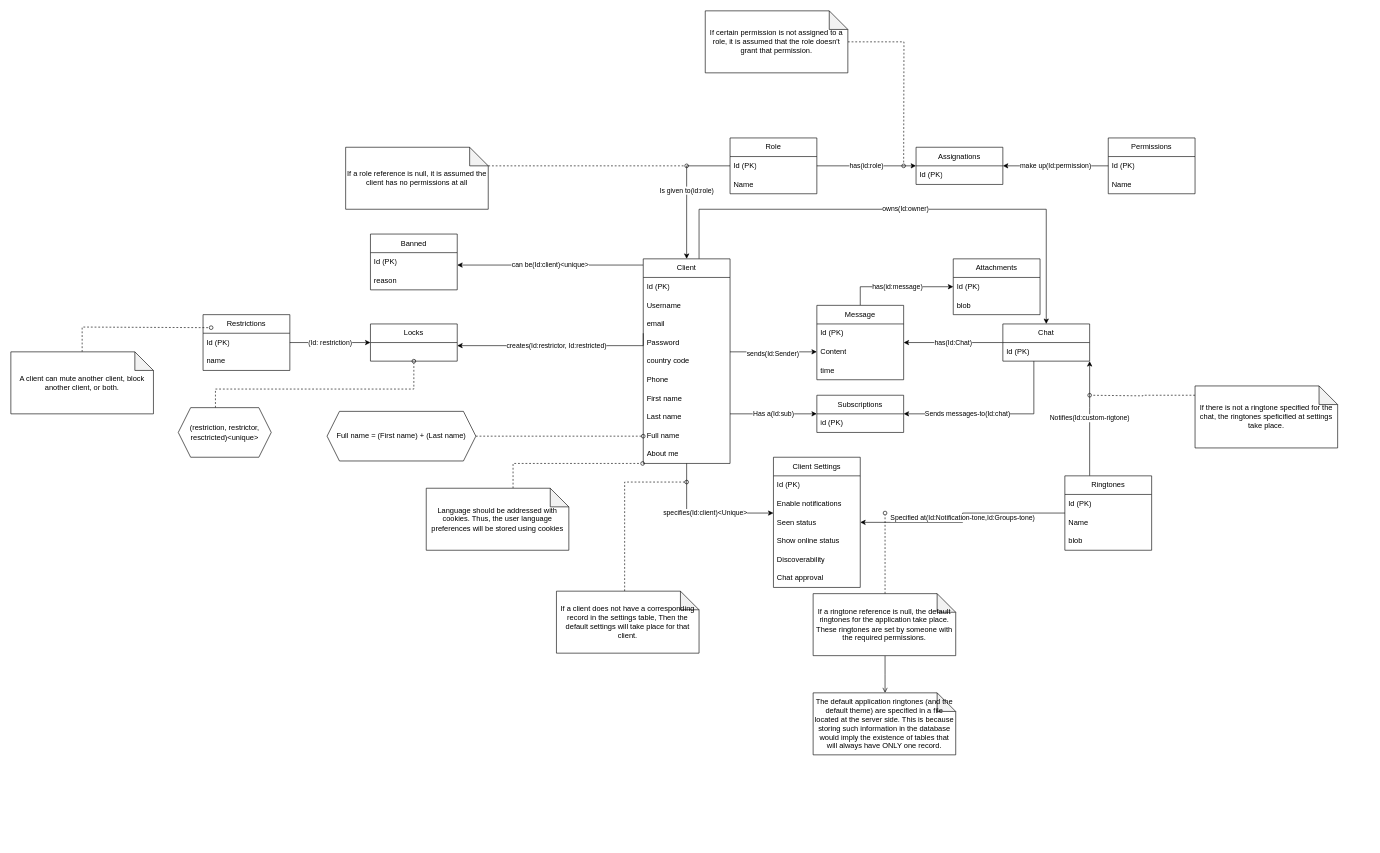
Above: page "DB" (2 of 3) of docs/Models.drawio in pgirald/Chat (draw.io), before the change. Source tidied: cells renumbered, new cells numbered last; positions are measured from the earlier drawing's top-left corner, leaving out a move shared by most shapes. Both pictures are drawn from the tidied source at 62%, with x=0, y=0 at pixel (11, 11).
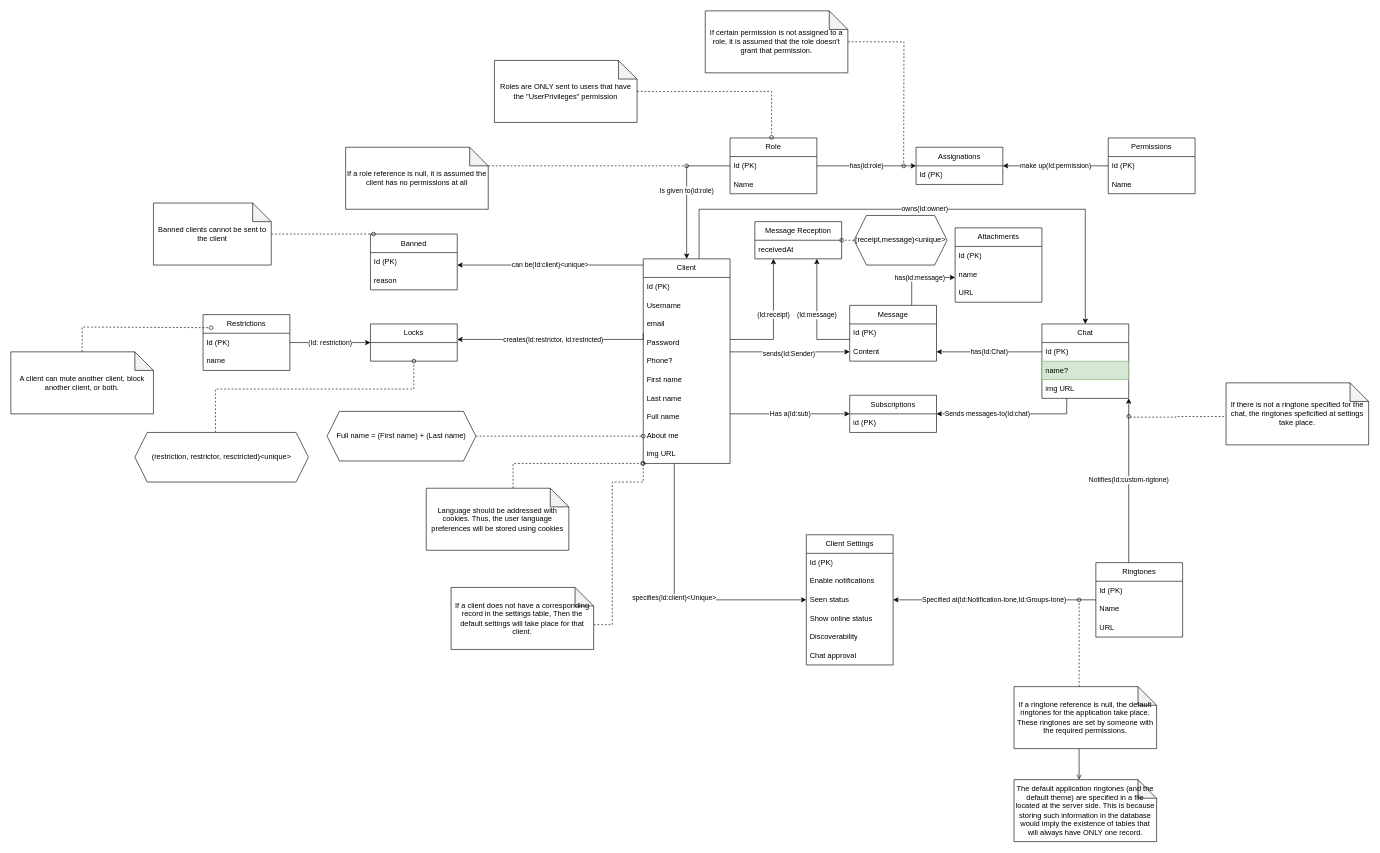
The same diagram, later.

Unchanged cells that the change refers to:
```xml
<mxCell id="8" value="Client" style="swimlane;fontStyle=0;horizontal=1;startSize=30;whiteSpace=wrap;html=1;" parent="1" vertex="1">
  <mxGeometry x="1020" y="400" width="140" height="330" as="geometry" />
</mxCell>
<mxCell id="55" value="Locks" style="swimlane;fontStyle=0;horizontal=1;startSize=30;whiteSpace=wrap;html=1;" parent="1" vertex="1">
  <mxGeometry x="580" y="505" width="140" height="60" as="geometry" />
</mxCell>
```

What changed in the source:
```diff
@@
-    <mxCell id="4" value="owns(Id:owner)" style="edgeStyle=orthogonalEdgeStyle;rounded=0;jettySize=auto;html=1;" parent="1" edge="1" source="8" target="22">
+    <mxCell id="4" value="owns(Id:owner)" style="edgeStyle=orthogonalEdgeStyle;rounded=0;jettySize=auto;html=1;entryX=0.5;entryY=0;entryDx=0;entryDy=0;" parent="1" edge="1" source="8" target="22">
       <mxGeometry relative="1" as="geometry">
         <Array as="points">
           <mxPoint x="1110" y="320" />
-          <mxPoint x="1670" y="320" />
+          <mxPoint x="1733" y="320" />
         </Array>
       </mxGeometry>
     </mxCell>
@@
     <mxCell id="6" value="creates(Id:restrictor, Id:restricted)" style="edgeStyle=orthogonalEdgeStyle;rounded=0;jettySize=auto;html=1;" parent="1" edge="1" target="55">
       <mxGeometry relative="1" as="geometry">
         <mxPoint x="1020" y="520" as="sourcePoint" />
         <Array as="points">
-          <mxPoint x="1020" y="540" />
+          <mxPoint x="1020" y="530" />
         </Array>
       </mxGeometry>
     </mxCell>
@@
+    <mxCell id="86" value="(Id:receipt)" style="edgeStyle=orthogonalEdgeStyle;rounded=0;jettySize=auto;html=1;" parent="1" edge="1" source="8" target="95">
+      <mxGeometry x="0.1" relative="1" as="geometry">
+        <Array as="points">
+          <mxPoint x="1230" y="530" />
+        </Array>
+      </mxGeometry>
+    </mxCell>
@@
-    <mxCell id="13" value="country code" style="text;strokeColor=none;fillColor=none;align=left;verticalAlign=middle;spacingLeft=4;spacingRight=4;overflow=hidden;whiteSpace=wrap;html=1;" parent="8" vertex="1">
-      <mxGeometry y="150" width="140" height="30" as="geometry" />
-    </mxCell>
-    <mxCell id="14" value="Phone" style="text;strokeColor=none;fillColor=none;align=left;verticalAlign=middle;spacingLeft=4;spacingRight=4;overflow=hidden;whiteSpace=wrap;html=1;" parent="8" vertex="1">
-      <mxGeometry y="180" width="140" height="30" as="geometry" />
+    <mxCell id="14" value="Phone?" style="text;strokeColor=none;fillColor=none;align=left;verticalAlign=middle;spacingLeft=4;spacingRight=4;overflow=hidden;whiteSpace=wrap;html=1;" parent="8" vertex="1">
+      <mxGeometry y="150" width="140" height="30" as="geometry" />
     </mxCell>
     <mxCell id="15" value="First name" style="text;strokeColor=none;fillColor=none;align=left;verticalAlign=middle;spacingLeft=4;spacingRight=4;overflow=hidden;whiteSpace=wrap;html=1;" parent="8" vertex="1">
-      <mxGeometry y="210" width="140" height="30" as="geometry" />
+      <mxGeometry y="180" width="140" height="30" as="geometry" />
     </mxCell>
     <mxCell id="16" value="Last name" style="text;strokeColor=none;fillColor=none;align=left;verticalAlign=middle;spacingLeft=4;spacingRight=4;overflow=hidden;whiteSpace=wrap;html=1;" parent="8" vertex="1">
-      <mxGeometry y="240" width="140" height="30" as="geometry" />
+      <mxGeometry y="210" width="140" height="30" as="geometry" />
     </mxCell>
     <mxCell id="17" value="Full name" style="text;strokeColor=none;fillColor=none;align=left;verticalAlign=middle;spacingLeft=4;spacingRight=4;overflow=hidden;whiteSpace=wrap;html=1;" parent="8" vertex="1">
-      <mxGeometry y="270" width="140" height="30" as="geometry" />
+      <mxGeometry y="240" width="140" height="30" as="geometry" />
     </mxCell>
     <mxCell id="18" value="About me" style="text;strokeColor=none;fillColor=none;align=left;verticalAlign=middle;spacingLeft=4;spacingRight=4;overflow=hidden;whiteSpace=wrap;html=1;" parent="8" vertex="1">
-      <mxGeometry y="300" width="140" height="30" as="geometry" />
+      <mxGeometry y="270" width="140" height="30" as="geometry" />
     </mxCell>
+    <mxCell id="87" value="img URL" style="text;strokeColor=none;fillColor=none;align=left;verticalAlign=middle;spacingLeft=4;spacingRight=4;overflow=hidden;whiteSpace=wrap;html=1;" parent="8" vertex="1">
+      <mxGeometry y="300" width="140" height="30" as="geometry" />
+    </mxCell>
     <mxCell id="19" value="has(Id:Chat)" style="edgeStyle=orthogonalEdgeStyle;rounded=0;jettySize=auto;html=1;" parent="1" edge="1" source="22" target="25">
-      <mxGeometry relative="1" as="geometry" />
+      <mxGeometry relative="1" as="geometry">
+        <Array as="points">
+          <mxPoint x="1553" y="550" />
+          <mxPoint x="1553" y="550" />
+        </Array>
+      </mxGeometry>
     </mxCell>
     <mxCell id="20" value="Sends messages-to(Id:chat)" style="edgeStyle=orthogonalEdgeStyle;rounded=0;jettySize=auto;html=1;" parent="1" edge="1" source="22" target="29">
       <mxGeometry x="0.3" relative="1" as="geometry">
         <Array as="points">
-          <mxPoint x="1650" y="650" />
+          <mxPoint x="1703" y="650" />
         </Array>
       </mxGeometry>
     </mxCell>
-    <mxCell id="21" value="Notifies(Id:custom-rigtone)" style="edgeStyle=orthogonalEdgeStyle;rounded=0;jettySize=auto;html=1;" parent="1" edge="1" source="32" target="22">
+    <mxCell id="21" value="Notifies(Id:custom-rigtone)" style="edgeStyle=orthogonalEdgeStyle;rounded=0;orthogonalLoop=1;jettySize=auto;html=1;" parent="1" edge="1">
       <mxGeometry relative="1" as="geometry">
+        <mxPoint x="1803" y="890" as="sourcePoint" />
+        <mxPoint x="1803" y="625" as="targetPoint" />
         <Array as="points">
-          <mxPoint x="1740" y="640" />
-          <mxPoint x="1740" y="640" />
+          <mxPoint x="1803" y="760" />
+          <mxPoint x="1803" y="760" />
         </Array>
       </mxGeometry>
     </mxCell>
     <mxCell id="22" value="Chat" style="swimlane;fontStyle=0;horizontal=1;startSize=30;whiteSpace=wrap;html=1;" parent="1" vertex="1">
-      <mxGeometry x="1600" y="505" width="140" height="60" as="geometry" />
+      <mxGeometry x="1663" y="505" width="140" height="120" as="geometry" />
     </mxCell>
@@
+    <mxCell id="88" value="name?" style="text;align=left;verticalAlign=middle;spacingLeft=4;spacingRight=4;overflow=hidden;whiteSpace=wrap;html=1;fillColor=#d5e8d4;strokeColor=#82b366;" parent="22" vertex="1">
+      <mxGeometry y="60" width="140" height="30" as="geometry" />
+    </mxCell>
+    <mxCell id="89" value="img URL" style="text;align=left;verticalAlign=middle;spacingLeft=4;spacingRight=4;overflow=hidden;whiteSpace=wrap;html=1;" parent="22" vertex="1">
+      <mxGeometry y="90" width="140" height="30" as="geometry" />
+    </mxCell>
     <mxCell id="24" value="has(id:message)" style="edgeStyle=orthogonalEdgeStyle;rounded=0;jettySize=auto;html=1;" parent="1" edge="1" source="25" target="59">
       <mxGeometry relative="1" as="geometry">
         <Array as="points">
-          <mxPoint x="1370" y="445" />
+          <mxPoint x="1453" y="430" />
         </Array>
       </mxGeometry>
     </mxCell>
+    <mxCell id="90" value="(Id:message)" style="edgeStyle=orthogonalEdgeStyle;rounded=0;jettySize=auto;html=1;" parent="1" edge="1" source="25" target="95">
+      <mxGeometry relative="1" as="geometry">
+        <Array as="points">
+          <mxPoint x="1300" y="530" />
+        </Array>
+      </mxGeometry>
+    </mxCell>
     <mxCell id="25" value="Message" style="swimlane;fontStyle=0;horizontal=1;startSize=30;whiteSpace=wrap;html=1;" parent="1" vertex="1">
-      <mxGeometry x="1300" y="475" width="140" height="120" as="geometry" />
+      <mxGeometry x="1353" y="475" width="140" height="90" as="geometry" />
     </mxCell>
@@
-    <mxCell id="28" value="time" style="text;strokeColor=none;fillColor=none;align=left;verticalAlign=middle;spacingLeft=4;spacingRight=4;overflow=hidden;whiteSpace=wrap;html=1;" parent="25" vertex="1">
-      <mxGeometry y="90" width="140" height="30" as="geometry" />
-    </mxCell>
     <mxCell id="29" value="Subscriptions" style="swimlane;fontStyle=0;horizontal=1;startSize=30;whiteSpace=wrap;html=1;" parent="1" vertex="1">
-      <mxGeometry x="1300" y="620" width="140" height="60" as="geometry" />
+      <mxGeometry x="1353" y="620" width="140" height="60" as="geometry" />
     </mxCell>
@@
     <mxCell id="32" value="Ringtones" style="swimlane;fontStyle=0;horizontal=1;startSize=30;whiteSpace=wrap;html=1;" parent="1" vertex="1">
-      <mxGeometry x="1700" y="750" width="140" height="120" as="geometry" />
+      <mxGeometry x="1750" y="890" width="140" height="120" as="geometry" />
     </mxCell>
@@
-    <mxCell id="35" value="blob" style="text;strokeColor=none;fillColor=none;align=left;verticalAlign=middle;spacingLeft=4;spacingRight=4;overflow=hidden;whiteSpace=wrap;html=1;" parent="32" vertex="1">
-      <mxGeometry y="90" width="140" height="30" as="geometry" />
-    </mxCell>
+    <mxCell id="91" value="URL" style="text;align=left;verticalAlign=middle;spacingLeft=4;spacingRight=4;overflow=hidden;whiteSpace=wrap;html=1;" parent="32" vertex="1">
+      <mxGeometry y="90" width="140" height="30" as="geometry" />
+    </mxCell>
     <mxCell id="36" style="edgeStyle=orthogonalEdgeStyle;rounded=0;jettySize=auto;html=1;dashed=1;endArrow=oval;endFill=0;" parent="1" edge="1" source="38">
       <mxGeometry relative="1" as="geometry">
-        <mxPoint x="1410" y="810" as="targetPoint" />
+        <mxPoint x="1723" y="950" as="targetPoint" />
         <Array as="points">
-          <mxPoint x="1410" y="910" />
-          <mxPoint x="1410" y="910" />
+          <mxPoint x="1723" y="1010" />
+          <mxPoint x="1723" y="1010" />
         </Array>
       </mxGeometry>
     </mxCell>
     <mxCell id="37" style="edgeStyle=orthogonalEdgeStyle;rounded=0;jettySize=auto;html=1;endArrow=open;endFill=0;" parent="1" edge="1" source="38" target="39">
       <mxGeometry relative="1" as="geometry">
         <Array as="points">
-          <mxPoint x="1410" y="1070" />
-          <mxPoint x="1410" y="1070" />
+          <mxPoint x="1723" y="1210" />
+          <mxPoint x="1723" y="1210" />
         </Array>
       </mxGeometry>
     </mxCell>
     <mxCell id="38" value="If a ringtone reference is null, the default ringtones for the application take place. These ringtones are set by someone with the required permissions." style="shape=note;whiteSpace=wrap;html=1;backgroundOutline=1;darkOpacity=0.05;" parent="1" vertex="1">
-      <mxGeometry x="1294" y="940" width="230" height="100" as="geometry" />
+      <mxGeometry x="1618" y="1090" width="230" height="100" as="geometry" />
     </mxCell>
     <mxCell id="39" value="The default application ringtones (and the default theme) are specified in a file located at the server side. This is because storing such information in the database would imply the existence of tables that will always have ONLY one record." style="shape=note;whiteSpace=wrap;html=1;backgroundOutline=1;darkOpacity=0.05;" parent="1" vertex="1">
-      <mxGeometry x="1294" y="1100" width="230" height="100" as="geometry" />
+      <mxGeometry x="1618" y="1240" width="230" height="100" as="geometry" />
     </mxCell>
@@
     <mxCell id="59" value="Attachments" style="swimlane;fontStyle=0;horizontal=1;startSize=30;whiteSpace=wrap;html=1;" parent="1" vertex="1">
-      <mxGeometry x="1520" y="400" width="140" height="90" as="geometry" />
+      <mxGeometry x="1523" y="350" width="140" height="120" as="geometry" />
     </mxCell>
@@
+    <mxCell id="92" value="name" style="text;strokeColor=none;fillColor=none;align=left;verticalAlign=middle;spacingLeft=4;spacingRight=4;overflow=hidden;whiteSpace=wrap;html=1;" parent="59" vertex="1">
+      <mxGeometry y="60" width="140" height="30" as="geometry" />
+    </mxCell>
-    <mxCell id="61" value="blob" style="text;strokeColor=none;fillColor=none;align=left;verticalAlign=middle;spacingLeft=4;spacingRight=4;overflow=hidden;whiteSpace=wrap;html=1;" parent="59" vertex="1">
-      <mxGeometry y="60" width="140" height="30" as="geometry" />
+    <mxCell id="61" value="URL" style="text;strokeColor=none;fillColor=none;align=left;verticalAlign=middle;spacingLeft=4;spacingRight=4;overflow=hidden;whiteSpace=wrap;html=1;" parent="59" vertex="1">
+      <mxGeometry y="90" width="140" height="30" as="geometry" />
     </mxCell>
@@
     <mxCell id="64" value="Client Settings" style="swimlane;fontStyle=0;horizontal=1;startSize=30;whiteSpace=wrap;html=1;" parent="1" vertex="1">
-      <mxGeometry x="1230" y="720" width="140" height="210" as="geometry" />
+      <mxGeometry x="1283" y="845" width="140" height="210" as="geometry" />
     </mxCell>
@@
     <mxCell id="71" value="specifies(Id:client)&amp;lt;Unique&amp;gt;" style="edgeStyle=orthogonalEdgeStyle;rounded=0;jettySize=auto;html=1;" parent="1" edge="1" source="8" target="64">
       <mxGeometry relative="1" as="geometry">
         <Array as="points">
-          <mxPoint x="1090" y="810" />
+          <mxPoint x="1070" y="950" />
         </Array>
       </mxGeometry>
     </mxCell>
     <mxCell id="72" style="edgeStyle=orthogonalEdgeStyle;rounded=0;jettySize=auto;html=1;dashed=1;endArrow=oval;endFill=0;" parent="1" edge="1" source="73">
       <mxGeometry relative="1" as="geometry">
-        <mxPoint x="1090" y="760" as="targetPoint" />
+        <mxPoint x="1020" y="730" as="targetPoint" />
         <Array as="points">
-          <mxPoint x="990" y="760" />
+          <mxPoint x="970" y="990" />
+          <mxPoint x="970" y="760" />
+          <mxPoint x="1020" y="760" />
         </Array>
       </mxGeometry>
     </mxCell>
     <mxCell id="73" value="If a client does not have a corresponding record in the settings table, Then the default settings will take place for that client." style="shape=note;whiteSpace=wrap;html=1;backgroundOutline=1;darkOpacity=0.05;" parent="1" vertex="1">
-      <mxGeometry x="880" y="936" width="230" height="100" as="geometry" />
+      <mxGeometry x="710" y="930" width="230" height="100" as="geometry" />
     </mxCell>
-    <mxCell id="74" style="edgeStyle=orthogonalEdgeStyle;rounded=0;jettySize=auto;html=1;dashed=1;endArrow=oval;endFill=0;" parent="1" edge="1" source="75">
+    <mxCell id="74" style="edgeStyle=orthogonalEdgeStyle;rounded=0;orthogonalLoop=1;jettySize=auto;html=1;dashed=1;endArrow=oval;endFill=0;" parent="1" edge="1">
       <mxGeometry relative="1" as="geometry">
-        <mxPoint x="1740" y="620" as="targetPoint" />
+        <mxPoint x="1963" y="654.3" as="sourcePoint" />
+        <mxPoint x="1803" y="654" as="targetPoint" />
         <Array as="points">
-          <mxPoint x="1826" y="620" />
-          <mxPoint x="1740" y="621" />
+          <mxPoint x="1879" y="654.3" />
+          <mxPoint x="1793" y="655.3" />
         </Array>
       </mxGeometry>
     </mxCell>
     <mxCell id="75" value="If there is not a ringtone specified for the chat, the ringtones speficified at settings take place." style="shape=note;whiteSpace=wrap;html=1;backgroundOutline=1;darkOpacity=0.05;" parent="1" vertex="1">
-      <mxGeometry x="1910" y="605" width="230" height="100" as="geometry" />
+      <mxGeometry x="1960" y="600" width="230" height="100" as="geometry" />
     </mxCell>
@@
     <mxCell id="83" value="(restriction, restrictor, resctricted)&amp;lt;unique&amp;gt;" style="shape=hexagon;perimeter=hexagonPerimeter2;whiteSpace=wrap;html=1;fixedSize=1;" parent="1" vertex="1">
-      <mxGeometry x="270" y="640" width="150" height="80" as="geometry" />
+      <mxGeometry x="200" y="680" width="280" height="80" as="geometry" />
     </mxCell>
@@
+    <mxCell id="93" style="edgeStyle=orthogonalEdgeStyle;rounded=0;jettySize=auto;html=1;dashed=1;endArrow=oval;endFill=0;" parent="1" edge="1" source="94">
+      <mxGeometry relative="1" as="geometry">
+        <mxPoint x="585" y="360" as="targetPoint" />
+      </mxGeometry>
+    </mxCell>
+    <mxCell id="94" value="Banned clients cannot be sent to the client" style="shape=note;whiteSpace=wrap;html=1;backgroundOutline=1;darkOpacity=0.05;" parent="1" vertex="1">
+      <mxGeometry x="230" y="310" width="190" height="100" as="geometry" />
+    </mxCell>
+    <mxCell id="95" value="Message Reception" style="swimlane;fontStyle=0;horizontal=1;startSize=30;whiteSpace=wrap;html=1;" parent="1" vertex="1">
+      <mxGeometry x="1200" y="340" width="140" height="60" as="geometry" />
+    </mxCell>
+    <mxCell id="96" value="receivedAt" style="text;strokeColor=none;fillColor=none;align=left;verticalAlign=middle;spacingLeft=4;spacingRight=4;overflow=hidden;whiteSpace=wrap;html=1;" parent="95" vertex="1">
+      <mxGeometry y="30" width="140" height="30" as="geometry" />
+    </mxCell>
+    <mxCell id="97" style="edgeStyle=orthogonalEdgeStyle;rounded=0;jettySize=auto;html=1;endArrow=oval;endFill=0;dashed=1;" parent="1" edge="1" source="98" target="95">
+      <mxGeometry relative="1" as="geometry">
+        <Array as="points">
+          <mxPoint x="1370" y="380" />
+          <mxPoint x="1370" y="380" />
+        </Array>
+      </mxGeometry>
+    </mxCell>
+    <mxCell id="98" value="(receipt,message)&amp;lt;unique&amp;gt;" style="shape=hexagon;perimeter=hexagonPerimeter2;whiteSpace=wrap;html=1;fixedSize=1;" parent="1" vertex="1">
+      <mxGeometry x="1360" y="330" width="150" height="80" as="geometry" />
+    </mxCell>
+    <mxCell id="99" style="edgeStyle=orthogonalEdgeStyle;rounded=0;jettySize=auto;html=1;dashed=1;endArrow=oval;endFill=0;" parent="1" edge="1" source="100">
+      <mxGeometry relative="1" as="geometry">
+        <mxPoint x="1227" y="204" as="targetPoint" />
+        <Array as="points">
+          <mxPoint x="1227" y="130" />
+        </Array>
+      </mxGeometry>
+    </mxCell>
+    <mxCell id="100" value="Roles are ONLY sent to users that have the &quot;UserPrivileges&quot; permission" style="shape=note;whiteSpace=wrap;html=1;backgroundOutline=1;darkOpacity=0.05;" parent="1" vertex="1">
+      <mxGeometry x="780" y="80" width="230" height="100" as="geometry" />
+    </mxCell>
```
